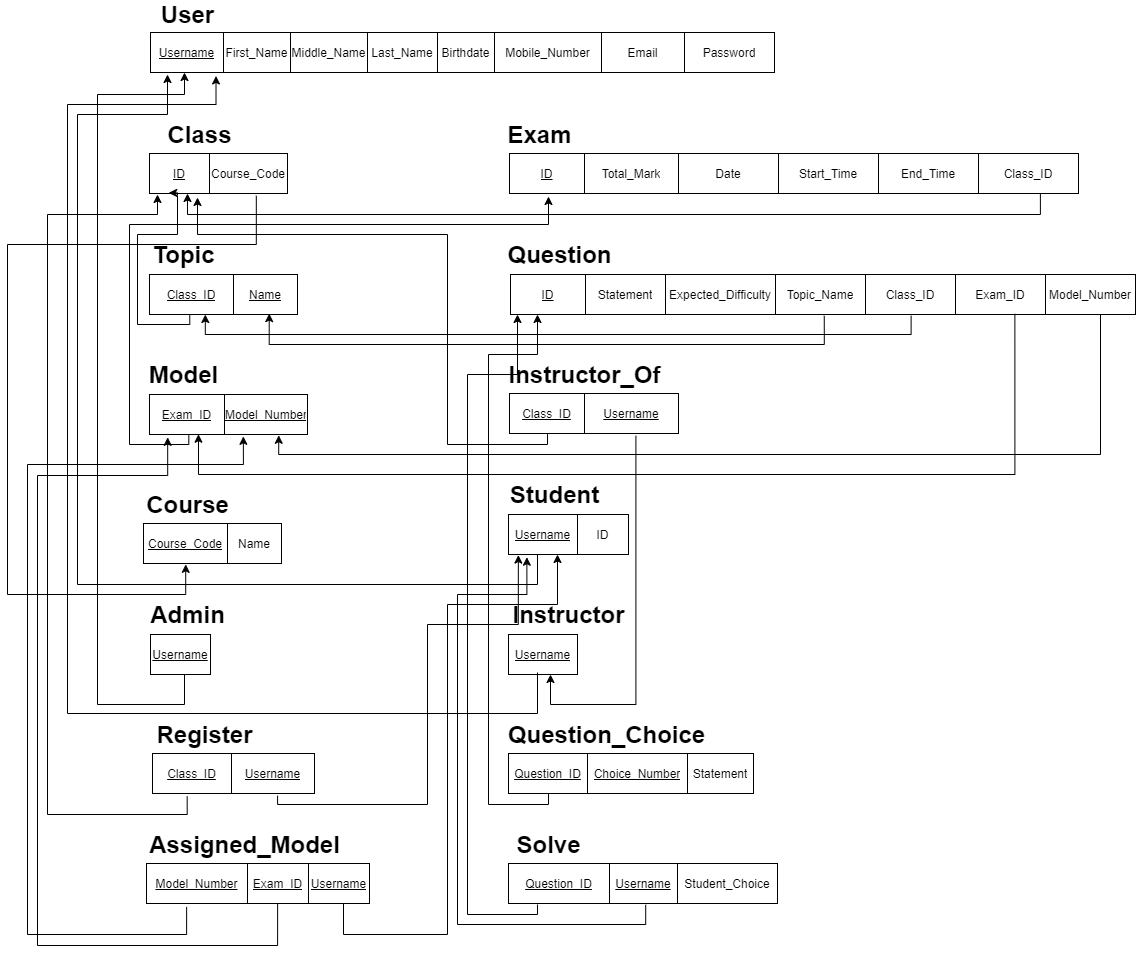
Before: Database Design/schema.png, a diagram exported from draw.io (aymanred121/Examination-Management-System). Source tidied: cells renumbered, new cells last; positions are measured from the earlier drawing's top-left corner, leaving out a move shared by most shapes.
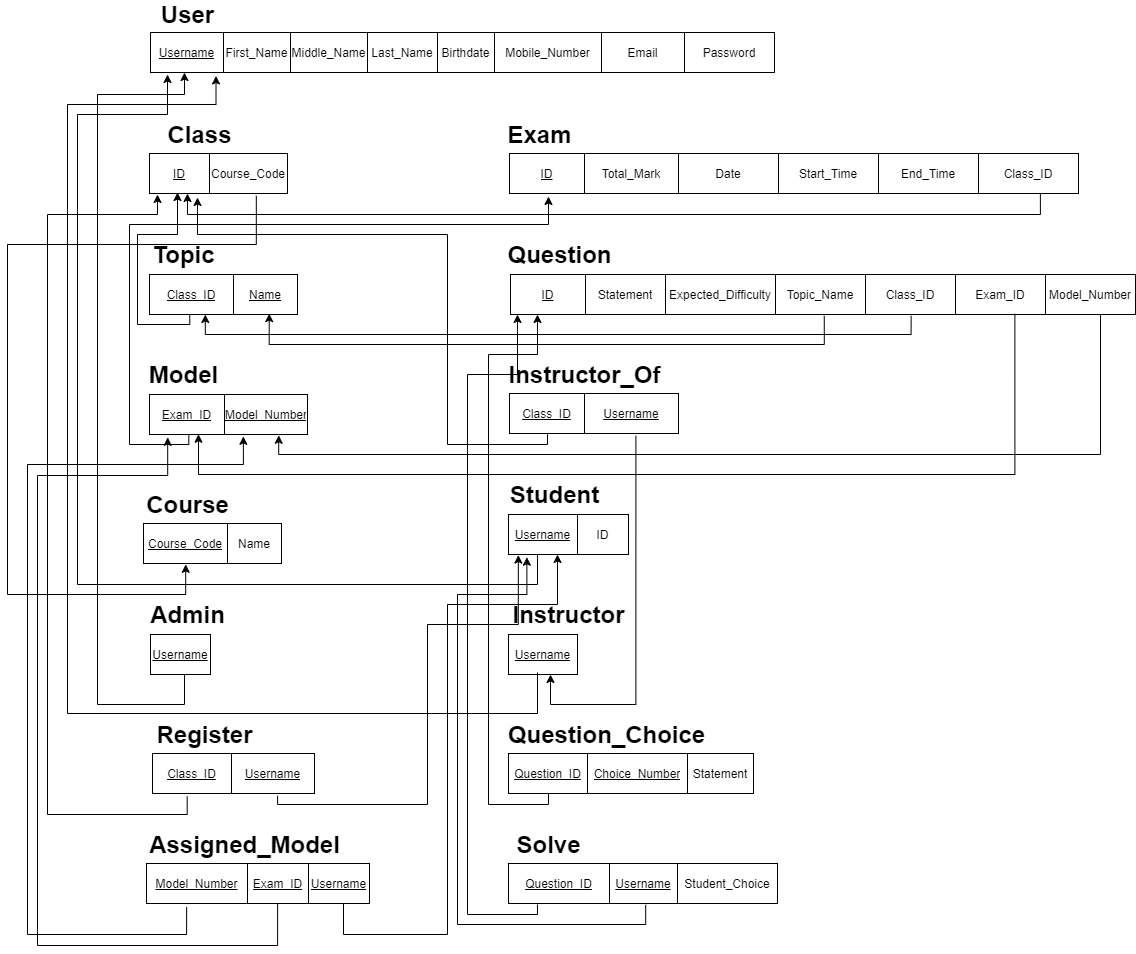
The same diagram one commit later.

Change to the diagram source:
```diff
@@ -209,8 +209,9 @@
     <mxCell id="70" value="&lt;font size=&quot;1&quot;&gt;&lt;b style=&quot;font-size: 24px&quot;&gt;Question_Choice&lt;/b&gt;&lt;/font&gt;" style="text;html=1;align=center;verticalAlign=middle;" parent="1" vertex="1">
       <mxGeometry x="494" y="720" width="210" height="20" as="geometry" />
     </mxCell>
-    <mxCell id="71" style="edgeStyle=orthogonalEdgeStyle;rounded=0;jettySize=auto;html=1;exitX=0.272;exitY=1.009;exitDx=0;exitDy=0;entryX=0.139;entryY=0.984;entryDx=0;entryDy=0;entryPerimeter=0;exitPerimeter=0;" parent="1" edge="1" source="54" target="61">
+    <mxCell id="71" style="edgeStyle=orthogonalEdgeStyle;rounded=0;jettySize=auto;html=1;exitX=0.272;exitY=1.009;exitDx=0;exitDy=0;exitPerimeter=0;" parent="1" edge="1" source="54">
       <mxGeometry relative="1" as="geometry">
+        <mxPoint x="170" y="188" as="targetPoint" />
         <Array as="points">
           <mxPoint x="182" y="320" />
           <mxPoint x="130" y="320" />
```
